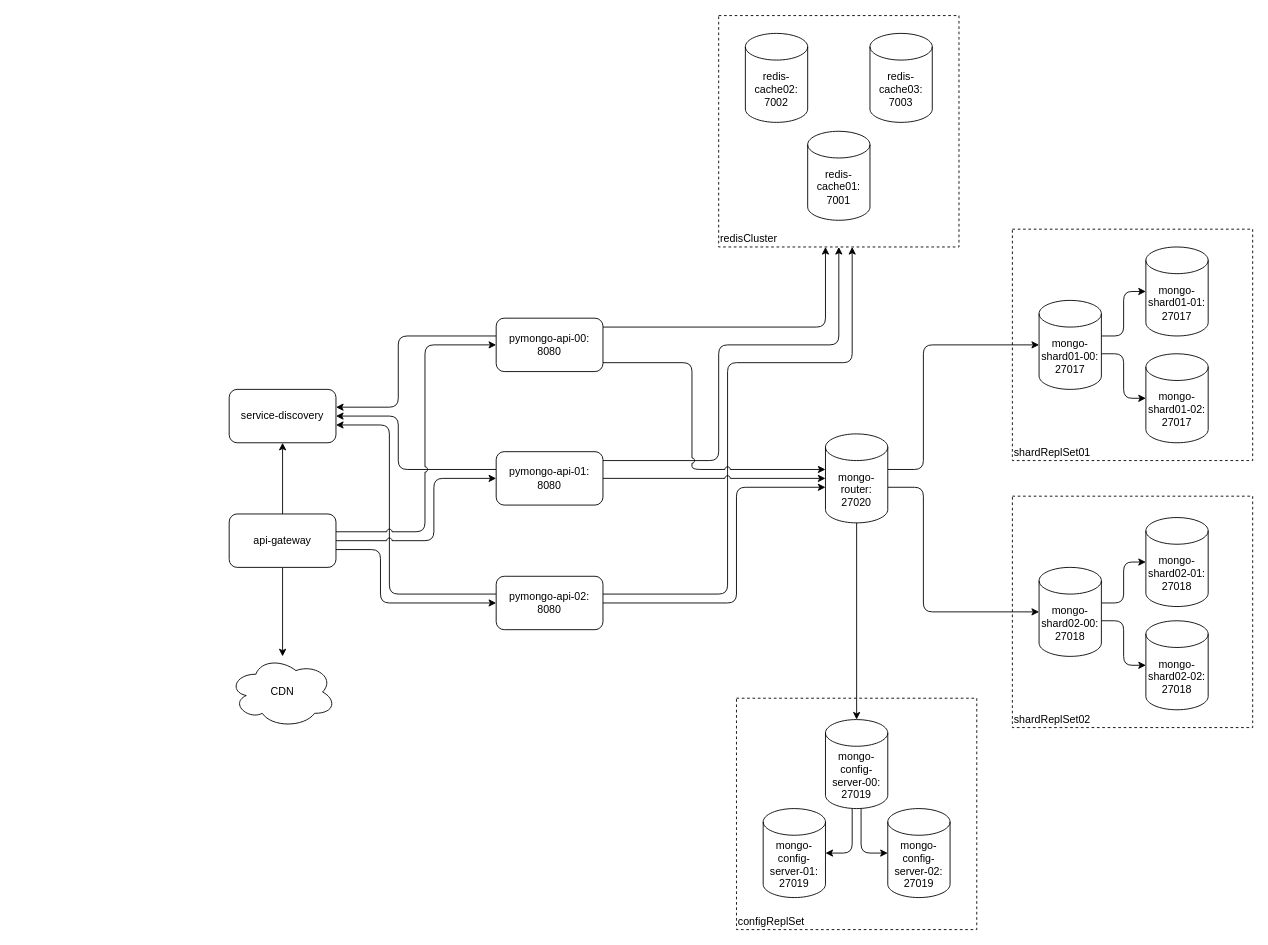
rruskih/arch-task-02 keeps this draw.io diagram as page "CDN" (6 of 6) of arch-task-02.drawio. Above is the earlier version. Source tidied: cells renumbered, new cells numbered last; positions are measured from the earlier drawing's top-left corner, leaving out a move shared by most shapes. Both pictures are drawn from the tidied source at 89%, with x=0, y=0 at pixel (229, 15).
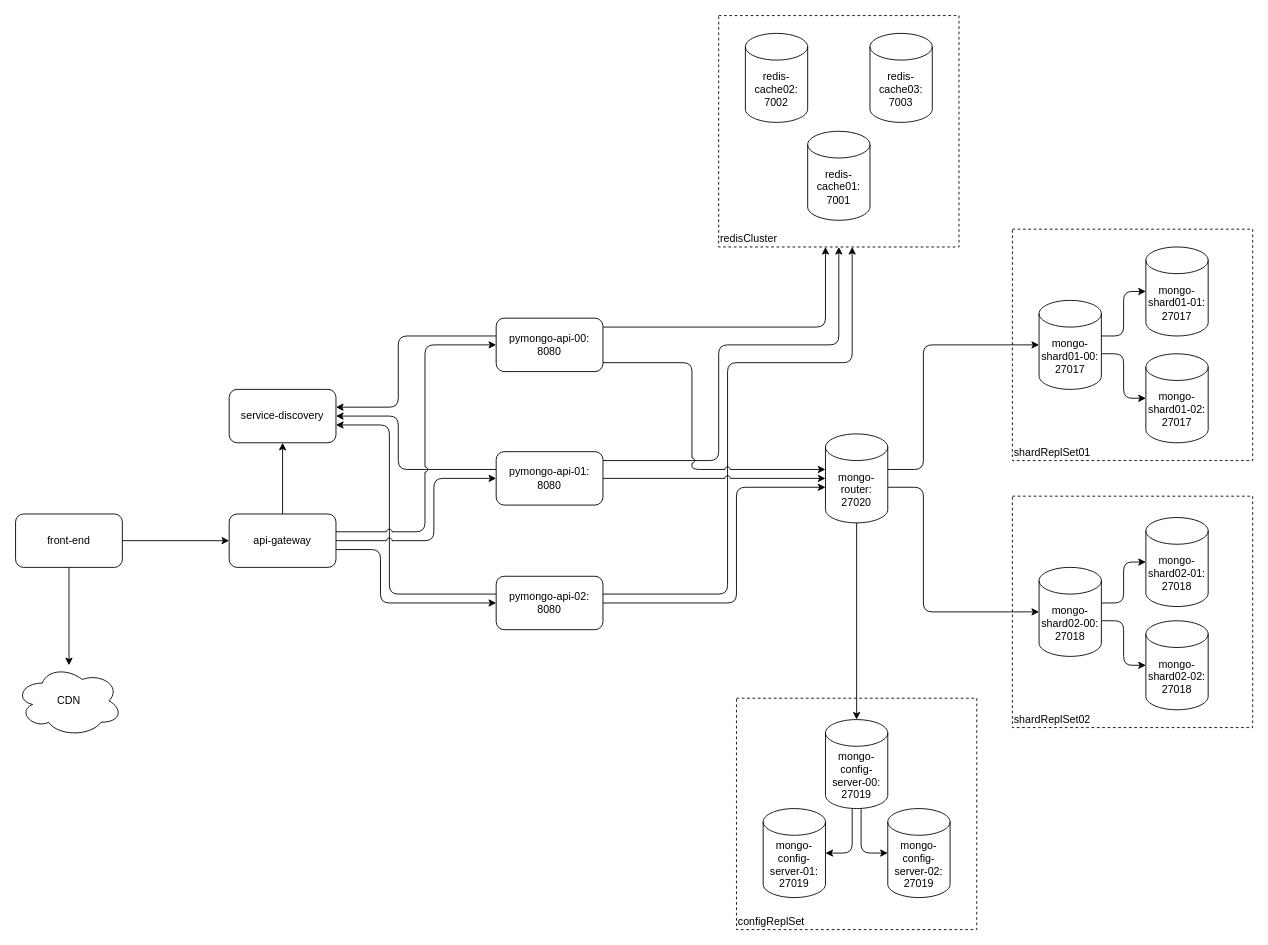
After the change.

Commit message:
sharding-repl-cache

The change refers to these unchanged cells:
```xml
<mxCell id="43" value="api-gateway" style="rounded=1;whiteSpace=wrap;html=1;" parent="1" vertex="1">
  <mxGeometry y="560" width="120" height="60" as="geometry" />
</mxCell>
```

What changed in the source:
```diff
@@
-    <mxCell id="42" style="edgeStyle=orthogonalEdgeStyle;rounded=1;jettySize=auto;html=1;curved=0;" parent="1" edge="1" source="43" target="47">
+    <mxCell id="42" style="edgeStyle=orthogonalEdgeStyle;rounded=1;jettySize=auto;html=1;curved=0;" parent="1" edge="1" source="49" target="47">
       <mxGeometry relative="1" as="geometry" />
     </mxCell>
@@
     <mxCell id="47" value="CDN" style="ellipse;shape=cloud;whiteSpace=wrap;html=1;" parent="1" vertex="1">
-      <mxGeometry y="720" width="120" height="80" as="geometry" />
+      <mxGeometry x="-240" y="730" width="120" height="80" as="geometry" />
     </mxCell>
+    <mxCell id="48" style="edgeStyle=orthogonalEdgeStyle;rounded=1;jettySize=auto;html=1;curved=0;" parent="1" edge="1" source="49" target="43">
+      <mxGeometry relative="1" as="geometry" />
+    </mxCell>
+    <mxCell id="49" value="front-end" style="rounded=1;whiteSpace=wrap;html=1;" parent="1" vertex="1">
+      <mxGeometry x="-240" y="560" width="120" height="60" as="geometry" />
+    </mxCell>
```
